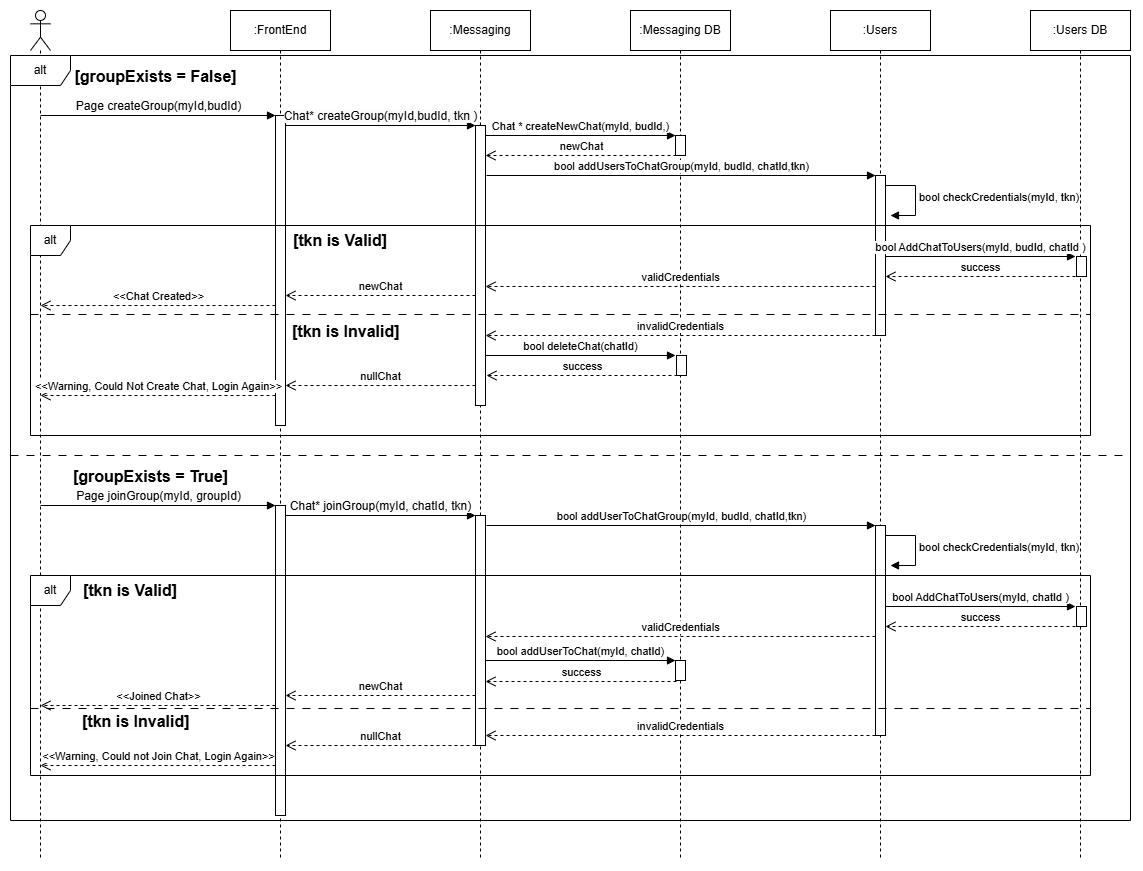
Earlier version of the draw.io export documentation/images/Join_Create_Group_Seq_Diagram.png (TrailBlazersInc/TrailBlazers). Source tidied: cells renumbered, new cells last; positions are measured from the earlier drawing's top-left corner, leaving out a move shared by most shapes.
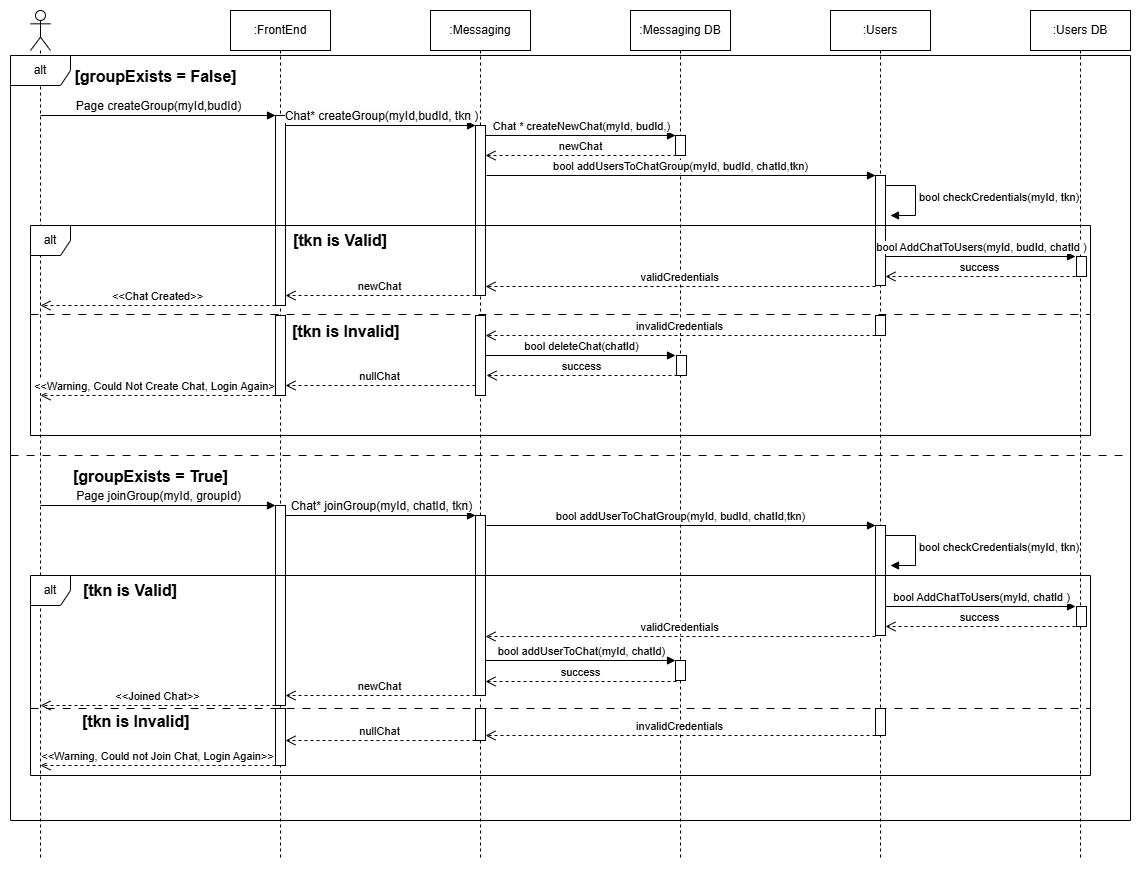
Above is the later version.

Commit message:
updated join/creat group

The edit, as a diff of the source:
```diff
@@ -8,6 +8,9 @@
     <mxCell id="3" value=":Messaging" style="shape=umlLifeline;perimeter=lifelinePerimeter;whiteSpace=wrap;html=1;newEdgeStyle={&quot;curved&quot;:0,&quot;rounded&quot;:0};" parent="1" vertex="1">
       <mxGeometry x="420" width="100" height="850" as="geometry" />
     </mxCell>
+    <mxCell id="61" style="html=1;perimeter=orthogonalPerimeter;targetShapes=umlLifeline;newEdgeStyle={&quot;curved&quot;:0,&quot;rounded&quot;:0};" parent="3" vertex="1">
+      <mxGeometry x="45" y="698" width="10" height="32" as="geometry" />
+    </mxCell>
     <mxCell id="4" value=":FrontEnd" style="shape=umlLifeline;perimeter=lifelinePerimeter;whiteSpace=wrap;html=1;newEdgeStyle={&quot;curved&quot;:0,&quot;rounded&quot;:0};" parent="1" vertex="1">
       <mxGeometry x="220" width="100" height="850" as="geometry" />
     </mxCell>
@@ -36,7 +39,7 @@
       </mxGeometry>
     </mxCell>
     <mxCell id="12" style="html=1;perimeter=orthogonalPerimeter;targetShapes=umlLifeline;newEdgeStyle={&quot;curved&quot;:0,&quot;rounded&quot;:0};" parent="1" vertex="1">
-      <mxGeometry x="265" y="105" width="10" height="310" as="geometry" />
+      <mxGeometry x="265" y="105" width="10" height="190" as="geometry" />
     </mxCell>
     <mxCell id="13" value="&lt;span style=&quot;font-size: 12px; background-color: rgb(251, 251, 251);&quot;&gt;Chat* createGroup(myId,budId, tkn )&lt;/span&gt;" style="html=1;verticalAlign=bottom;endArrow=block;curved=0;rounded=0;" parent="1" edge="1">
       <mxGeometry relative="1" as="geometry">
@@ -45,7 +48,7 @@
       </mxGeometry>
     </mxCell>
     <mxCell id="14" style="html=1;perimeter=orthogonalPerimeter;targetShapes=umlLifeline;newEdgeStyle={&quot;curved&quot;:0,&quot;rounded&quot;:0};" parent="1" vertex="1">
-      <mxGeometry x="465" y="115" width="10" height="280" as="geometry" />
+      <mxGeometry x="465" y="115" width="10" height="170" as="geometry" />
     </mxCell>
     <mxCell id="15" style="html=1;perimeter=orthogonalPerimeter;targetShapes=umlLifeline;newEdgeStyle={&quot;curved&quot;:0,&quot;rounded&quot;:0};" parent="1" vertex="1">
       <mxGeometry x="665" y="125" width="10" height="20" as="geometry" />
@@ -63,7 +66,7 @@
       </mxGeometry>
     </mxCell>
     <mxCell id="18" style="html=1;perimeter=orthogonalPerimeter;targetShapes=umlLifeline;newEdgeStyle={&quot;curved&quot;:0,&quot;rounded&quot;:0};" parent="1" vertex="1">
-      <mxGeometry x="865" y="165" width="10" height="160" as="geometry" />
+      <mxGeometry x="865" y="165" width="10" height="110" as="geometry" />
     </mxCell>
     <mxCell id="19" value="validCredentials" style="html=1;verticalAlign=bottom;endArrow=open;dashed=1;endSize=8;curved=0;rounded=0;" parent="1" edge="1">
       <mxGeometry relative="1" as="geometry">
@@ -174,7 +177,7 @@
       </mxGeometry>
     </mxCell>
     <mxCell id="39" style="html=1;perimeter=orthogonalPerimeter;targetShapes=umlLifeline;newEdgeStyle={&quot;curved&quot;:0,&quot;rounded&quot;:0};" parent="1" vertex="1">
-      <mxGeometry x="265" y="495" width="10" height="310" as="geometry" />
+      <mxGeometry x="265" y="495" width="10" height="200" as="geometry" />
     </mxCell>
     <mxCell id="40" value="&lt;span style=&quot;font-size: 12px; background-color: rgb(251, 251, 251);&quot;&gt;Chat* joinGroup(myId, chatId, tkn)&lt;/span&gt;" style="html=1;verticalAlign=bottom;endArrow=block;curved=0;rounded=0;" parent="1" edge="1">
       <mxGeometry relative="1" as="geometry">
@@ -183,7 +186,7 @@
       </mxGeometry>
     </mxCell>
     <mxCell id="41" style="html=1;perimeter=orthogonalPerimeter;targetShapes=umlLifeline;newEdgeStyle={&quot;curved&quot;:0,&quot;rounded&quot;:0};" parent="1" vertex="1">
-      <mxGeometry x="465" y="505" width="10" height="230" as="geometry" />
+      <mxGeometry x="465" y="505" width="10" height="180" as="geometry" />
     </mxCell>
     <mxCell id="42" style="html=1;perimeter=orthogonalPerimeter;targetShapes=umlLifeline;newEdgeStyle={&quot;curved&quot;:0,&quot;rounded&quot;:0};" parent="1" vertex="1">
       <mxGeometry x="665" y="650" width="10" height="20" as="geometry" />
@@ -201,7 +204,7 @@
       </mxGeometry>
     </mxCell>
     <mxCell id="45" style="html=1;perimeter=orthogonalPerimeter;targetShapes=umlLifeline;newEdgeStyle={&quot;curved&quot;:0,&quot;rounded&quot;:0};" parent="1" vertex="1">
-      <mxGeometry x="865" y="515" width="10" height="210" as="geometry" />
+      <mxGeometry x="865" y="515" width="10" height="110" as="geometry" />
     </mxCell>
     <mxCell id="46" value="validCredentials" style="html=1;verticalAlign=bottom;endArrow=open;dashed=1;endSize=8;curved=0;rounded=0;" parent="1" edge="1">
       <mxGeometry relative="1" as="geometry">
@@ -274,8 +277,8 @@
     </mxCell>
     <mxCell id="59" value="nullChat" style="html=1;verticalAlign=bottom;endArrow=open;dashed=1;endSize=8;curved=0;rounded=0;" parent="1" edge="1">
       <mxGeometry relative="1" as="geometry">
-        <mxPoint x="465" y="735" as="sourcePoint" />
-        <mxPoint x="275" y="735" as="targetPoint" />
+        <mxPoint x="465" y="730" as="sourcePoint" />
+        <mxPoint x="275" y="730" as="targetPoint" />
       </mxGeometry>
     </mxCell>
     <mxCell id="60" value="&amp;lt;&amp;lt;Warning, Could not Join Chat, Login Again&amp;gt;&amp;gt;" style="html=1;verticalAlign=bottom;endArrow=open;dashed=1;endSize=8;curved=0;rounded=0;" parent="1" edge="1">
@@ -284,5 +287,20 @@
         <mxPoint x="30" y="755" as="targetPoint" />
       </mxGeometry>
     </mxCell>
+    <mxCell id="62" style="html=1;perimeter=orthogonalPerimeter;targetShapes=umlLifeline;newEdgeStyle={&quot;curved&quot;:0,&quot;rounded&quot;:0};" parent="1" vertex="1">
+      <mxGeometry x="265" y="305" width="10" height="80" as="geometry" />
+    </mxCell>
+    <mxCell id="63" style="html=1;perimeter=orthogonalPerimeter;targetShapes=umlLifeline;newEdgeStyle={&quot;curved&quot;:0,&quot;rounded&quot;:0};" parent="1" vertex="1">
+      <mxGeometry x="465" y="305" width="10" height="80" as="geometry" />
+    </mxCell>
+    <mxCell id="64" style="html=1;perimeter=orthogonalPerimeter;targetShapes=umlLifeline;newEdgeStyle={&quot;curved&quot;:0,&quot;rounded&quot;:0};" parent="1" vertex="1">
+      <mxGeometry x="865" y="305" width="10" height="20" as="geometry" />
+    </mxCell>
+    <mxCell id="65" style="html=1;perimeter=orthogonalPerimeter;targetShapes=umlLifeline;newEdgeStyle={&quot;curved&quot;:0,&quot;rounded&quot;:0};" parent="1" vertex="1">
+      <mxGeometry x="265" y="698" width="10" height="57" as="geometry" />
+    </mxCell>
+    <mxCell id="66" style="html=1;perimeter=orthogonalPerimeter;targetShapes=umlLifeline;newEdgeStyle={&quot;curved&quot;:0,&quot;rounded&quot;:0};" parent="1" vertex="1">
+      <mxGeometry x="865" y="698" width="10" height="27" as="geometry" />
+    </mxCell>
   </root>
 </mxGraphModel>
```
